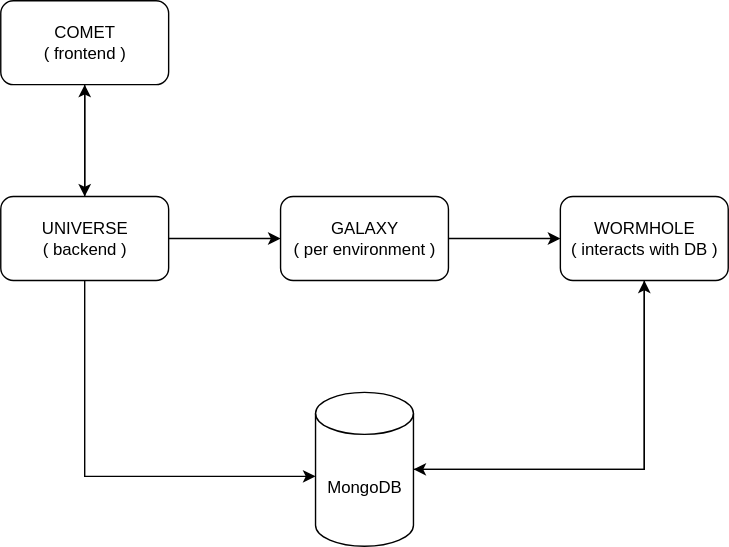
Before: build.svg, a diagram exported from draw.io (qaidjohar-hrone/Diagrams). Source tidied: cells renumbered, new cells last; positions are measured from the earlier drawing's top-left corner, leaving out a move shared by most shapes. The source it was exported from:
```xml
<mxGraphModel>
  <root>
    <mxCell id="0" />
    <mxCell id="1" parent="0" />
    <mxCell id="2" style="edgeStyle=orthogonalEdgeStyle;rounded=0;jettySize=auto;html=1;" parent="1" edge="1" source="3" target="7">
      <mxGeometry relative="1" as="geometry" />
    </mxCell>
    <mxCell id="3" value="COMET&lt;div&gt;( frontend )&lt;/div&gt;" style="rounded=1;whiteSpace=wrap;html=1;" parent="1" vertex="1">
      <mxGeometry width="120" height="60" as="geometry" />
    </mxCell>
    <mxCell id="4" style="edgeStyle=orthogonalEdgeStyle;rounded=0;jettySize=auto;html=1;entryX=0.5;entryY=1;entryDx=0;entryDy=0;" parent="1" edge="1" source="7" target="3">
      <mxGeometry relative="1" as="geometry" />
    </mxCell>
    <mxCell id="5" style="edgeStyle=orthogonalEdgeStyle;rounded=0;jettySize=auto;html=1;" parent="1" edge="1" source="7" target="9">
      <mxGeometry relative="1" as="geometry" />
    </mxCell>
    <mxCell id="6" style="edgeStyle=orthogonalEdgeStyle;rounded=0;jettySize=auto;html=1;" parent="1" edge="1" source="7" target="12">
      <mxGeometry relative="1" as="geometry">
        <Array as="points">
          <mxPoint x="60" y="340" />
        </Array>
      </mxGeometry>
    </mxCell>
    <mxCell id="7" value="UNIVERSE&lt;div&gt;( backend )&lt;/div&gt;" style="whiteSpace=wrap;html=1;rounded=1;" parent="1" vertex="1">
      <mxGeometry y="140" width="120" height="60" as="geometry" />
    </mxCell>
    <mxCell id="8" style="edgeStyle=orthogonalEdgeStyle;rounded=0;jettySize=auto;html=1;" parent="1" edge="1" source="9" target="10">
      <mxGeometry relative="1" as="geometry" />
    </mxCell>
    <mxCell id="9" value="GALAXY&lt;div&gt;( per environment )&lt;/div&gt;" style="whiteSpace=wrap;html=1;rounded=1;" parent="1" vertex="1">
      <mxGeometry x="200" y="140" width="120" height="60" as="geometry" />
    </mxCell>
    <mxCell id="10" value="WORMHOLE&lt;div&gt;( interacts with DB )&lt;/div&gt;" style="whiteSpace=wrap;html=1;rounded=1;" parent="1" vertex="1">
      <mxGeometry x="400" y="140" width="120" height="60" as="geometry" />
    </mxCell>
    <mxCell id="11" style="edgeStyle=orthogonalEdgeStyle;rounded=0;jettySize=auto;html=1;entryX=0.5;entryY=1;entryDx=0;entryDy=0;" parent="1" edge="1" source="12" target="10">
      <mxGeometry relative="1" as="geometry" />
    </mxCell>
    <mxCell id="12" value="MongoDB" style="shape=cylinder3;whiteSpace=wrap;html=1;boundedLbl=1;backgroundOutline=1;size=15;" parent="1" vertex="1">
      <mxGeometry x="225" y="280" width="70" height="110" as="geometry" />
    </mxCell>
    <mxCell id="13" style="edgeStyle=orthogonalEdgeStyle;rounded=0;jettySize=auto;html=1;entryX=1;entryY=0.5;entryDx=0;entryDy=0;entryPerimeter=0;" parent="1" edge="1" source="10" target="12">
      <mxGeometry relative="1" as="geometry">
        <Array as="points">
          <mxPoint x="460" y="335" />
        </Array>
      </mxGeometry>
    </mxCell>
  </root>
</mxGraphModel>
```
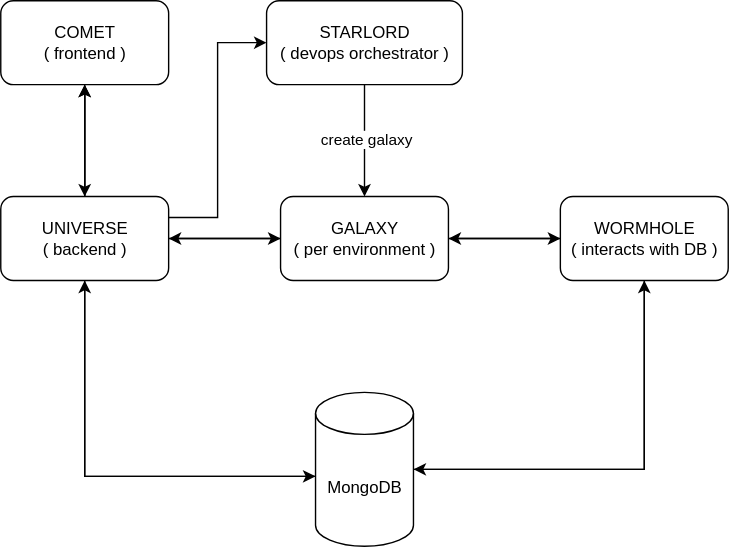
The same file after the commit.

What changed in the source:
```diff
@@ -8,9 +8,9 @@
     <mxCell id="3" value="COMET&lt;div&gt;( frontend )&lt;/div&gt;" style="rounded=1;whiteSpace=wrap;html=1;" parent="1" vertex="1">
       <mxGeometry width="120" height="60" as="geometry" />
     </mxCell>
-    <mxCell id="4" style="edgeStyle=orthogonalEdgeStyle;rounded=0;jettySize=auto;html=1;entryX=0.5;entryY=1;entryDx=0;entryDy=0;" parent="1" edge="1" source="7" target="3">
-      <mxGeometry relative="1" as="geometry" />
-    </mxCell>
+    <mxCell id="14" style="edgeStyle=orthogonalEdgeStyle;rounded=0;jettySize=auto;html=1;entryX=0.5;entryY=1;entryDx=0;entryDy=0;" parent="1" edge="1" source="7" target="3">
+      <mxGeometry relative="1" as="geometry" />
+    </mxCell>
     <mxCell id="5" style="edgeStyle=orthogonalEdgeStyle;rounded=0;jettySize=auto;html=1;" parent="1" edge="1" source="7" target="9">
       <mxGeometry relative="1" as="geometry" />
     </mxCell>
@@ -21,21 +21,40 @@
         </Array>
       </mxGeometry>
     </mxCell>
+    <mxCell id="15" style="edgeStyle=orthogonalEdgeStyle;rounded=0;jettySize=auto;html=1;" parent="1" edge="1" source="7" target="3">
+      <mxGeometry relative="1" as="geometry" />
+    </mxCell>
+    <mxCell id="16" style="edgeStyle=orthogonalEdgeStyle;rounded=0;jettySize=auto;html=1;exitX=1;exitY=0.25;exitDx=0;exitDy=0;entryX=0;entryY=0.5;entryDx=0;entryDy=0;" parent="1" edge="1" source="7" target="22">
+      <mxGeometry relative="1" as="geometry" />
+    </mxCell>
     <mxCell id="7" value="UNIVERSE&lt;div&gt;( backend )&lt;/div&gt;" style="whiteSpace=wrap;html=1;rounded=1;" parent="1" vertex="1">
       <mxGeometry y="140" width="120" height="60" as="geometry" />
     </mxCell>
     <mxCell id="8" style="edgeStyle=orthogonalEdgeStyle;rounded=0;jettySize=auto;html=1;" parent="1" edge="1" source="9" target="10">
       <mxGeometry relative="1" as="geometry" />
     </mxCell>
+    <mxCell id="17" style="edgeStyle=orthogonalEdgeStyle;rounded=0;jettySize=auto;html=1;entryX=1;entryY=0.5;entryDx=0;entryDy=0;" parent="1" edge="1" source="9" target="7">
+      <mxGeometry relative="1" as="geometry" />
+    </mxCell>
     <mxCell id="9" value="GALAXY&lt;div&gt;( per environment )&lt;/div&gt;" style="whiteSpace=wrap;html=1;rounded=1;" parent="1" vertex="1">
       <mxGeometry x="200" y="140" width="120" height="60" as="geometry" />
     </mxCell>
+    <mxCell id="18" style="edgeStyle=orthogonalEdgeStyle;rounded=0;jettySize=auto;html=1;entryX=1;entryY=0.5;entryDx=0;entryDy=0;" parent="1" edge="1" source="10" target="9">
+      <mxGeometry relative="1" as="geometry" />
+    </mxCell>
     <mxCell id="10" value="WORMHOLE&lt;div&gt;( interacts with DB )&lt;/div&gt;" style="whiteSpace=wrap;html=1;rounded=1;" parent="1" vertex="1">
       <mxGeometry x="400" y="140" width="120" height="60" as="geometry" />
     </mxCell>
     <mxCell id="11" style="edgeStyle=orthogonalEdgeStyle;rounded=0;jettySize=auto;html=1;entryX=0.5;entryY=1;entryDx=0;entryDy=0;" parent="1" edge="1" source="12" target="10">
       <mxGeometry relative="1" as="geometry" />
     </mxCell>
+    <mxCell id="19" style="edgeStyle=orthogonalEdgeStyle;rounded=0;jettySize=auto;html=1;" parent="1" edge="1" source="12" target="7">
+      <mxGeometry relative="1" as="geometry">
+        <Array as="points">
+          <mxPoint x="60" y="340" />
+        </Array>
+      </mxGeometry>
+    </mxCell>
     <mxCell id="12" value="MongoDB" style="shape=cylinder3;whiteSpace=wrap;html=1;boundedLbl=1;backgroundOutline=1;size=15;" parent="1" vertex="1">
       <mxGeometry x="225" y="280" width="70" height="110" as="geometry" />
     </mxCell>
@@ -46,5 +65,16 @@
         </Array>
       </mxGeometry>
     </mxCell>
+    <mxCell id="20" style="edgeStyle=orthogonalEdgeStyle;rounded=0;jettySize=auto;html=1;entryX=0.5;entryY=0;entryDx=0;entryDy=0;" parent="1" edge="1" source="22" target="9">
+      <mxGeometry relative="1" as="geometry" />
+    </mxCell>
+    <mxCell id="21" value="create galaxy" style="edgeLabel;html=1;align=center;verticalAlign=middle;" parent="20" vertex="1">
+      <mxGeometry x="-0.05" y="-3" relative="1" as="geometry">
+        <mxPoint x="3" as="offset" />
+      </mxGeometry>
+    </mxCell>
+    <mxCell id="22" value="STARLORD&lt;div&gt;( devops orchestrator )&lt;/div&gt;" style="rounded=1;whiteSpace=wrap;html=1;" parent="1" vertex="1">
+      <mxGeometry x="190" width="140" height="60" as="geometry" />
+    </mxCell>
   </root>
 </mxGraphModel>
```
